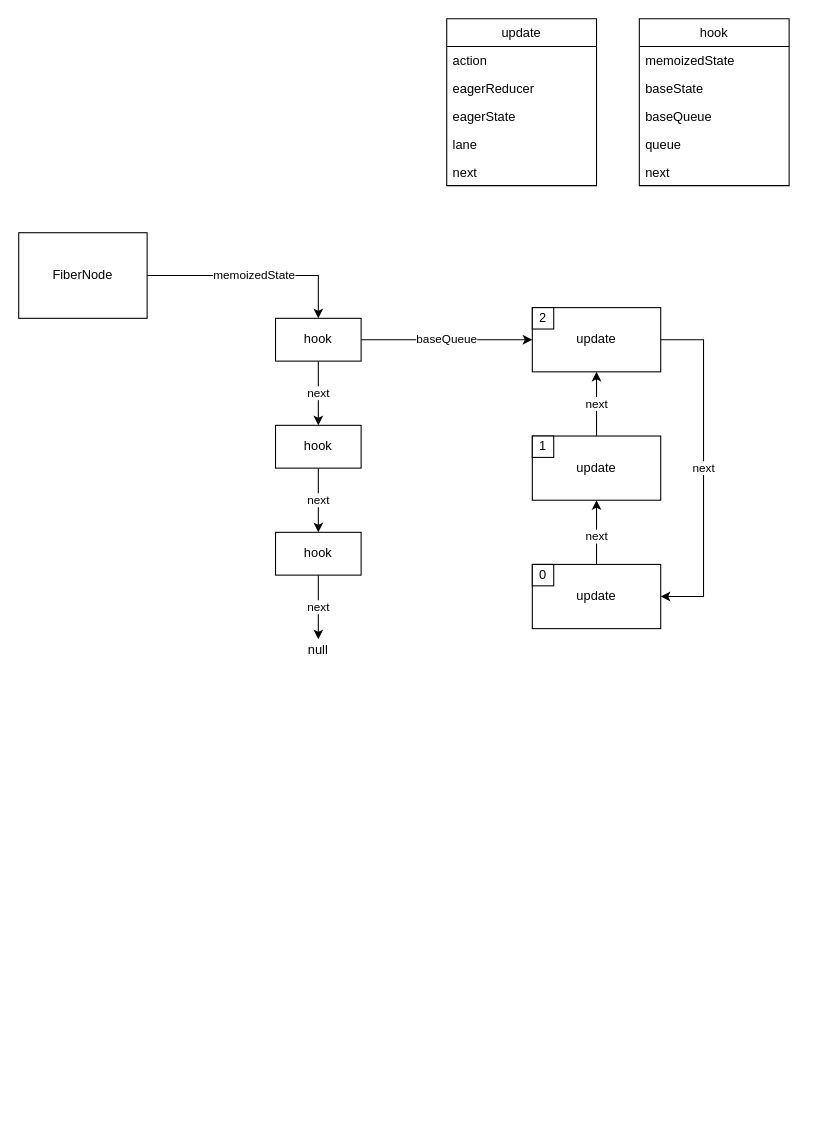
This is react_hooks.drawio from jiubao/note, a draw.io file, before an edit. Source tidied: cells renumbered, new cells numbered last; positions are measured from the earlier drawing's top-left corner, leaving out a move shared by most shapes. Both pictures are drawn from the tidied source at 107%, with x=0, y=0 at pixel (18, 18).
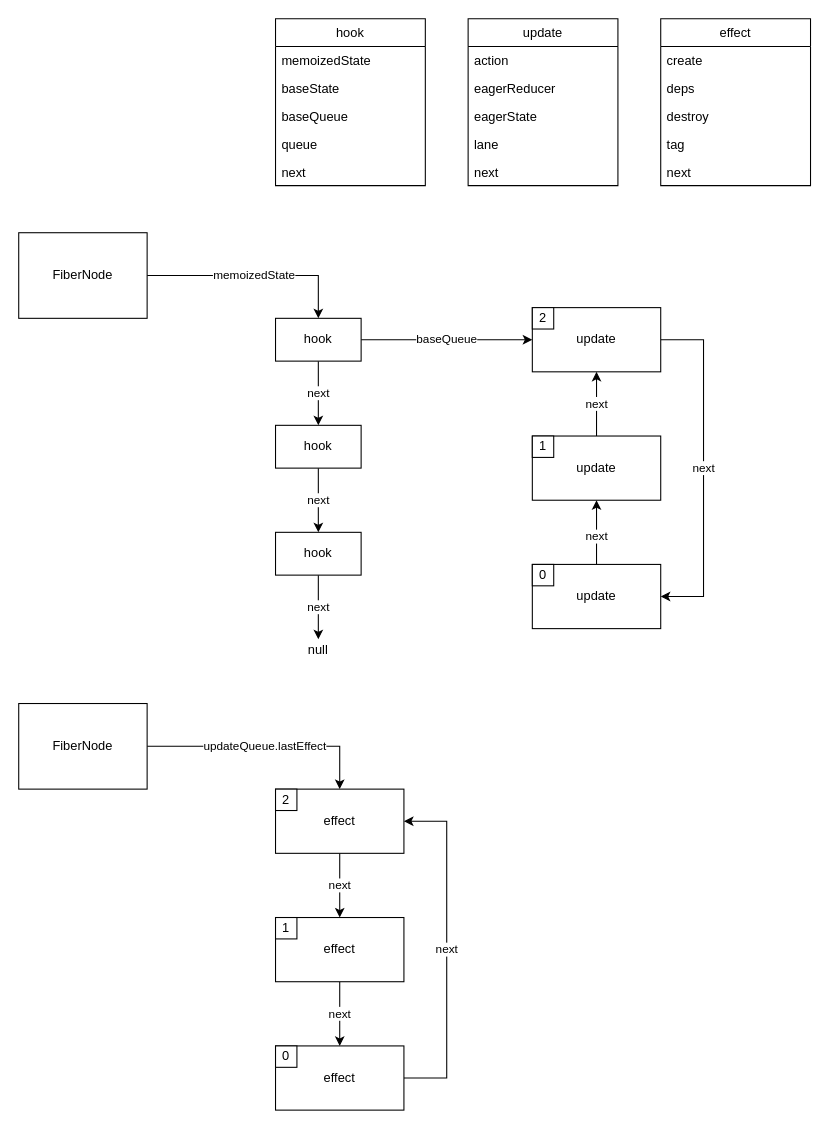
The same diagram, later.

The edit, as a diff of the source:
```diff
@@
     <mxCell id="22" value="update" style="swimlane;fontStyle=0;horizontal=1;startSize=26;fontColor=#000000;strokeColor=#000000;align=center;verticalAlign=middle;" parent="1" vertex="1">
-      <mxGeometry x="400" width="140" height="156" as="geometry" />
+      <mxGeometry x="420" width="140" height="156" as="geometry" />
     </mxCell>
@@
     <mxCell id="28" value="hook" style="swimlane;fontStyle=0;horizontal=1;startSize=26;fontColor=#000000;strokeColor=#000000;align=center;verticalAlign=middle;" parent="1" vertex="1">
-      <mxGeometry x="580" width="140" height="156" as="geometry" />
+      <mxGeometry x="240" width="140" height="156" as="geometry" />
     </mxCell>
@@
+    <mxCell id="34" value="updateQueue.lastEffect" style="edgeStyle=orthogonalEdgeStyle;rounded=0;jettySize=auto;html=1;entryX=0.5;entryY=0;entryDx=0;entryDy=0;" parent="1" edge="1" source="35" target="37">
+      <mxGeometry relative="1" as="geometry" />
+    </mxCell>
+    <mxCell id="35" value="FiberNode" style="rounded=0;whiteSpace=wrap;html=1;verticalAlign=middle;align=center;" parent="1" vertex="1">
+      <mxGeometry y="640" width="120" height="80" as="geometry" />
+    </mxCell>
+    <mxCell id="36" value="next" style="edgeStyle=orthogonalEdgeStyle;rounded=0;jettySize=auto;html=1;entryX=0.5;entryY=0;entryDx=0;entryDy=0;" parent="1" edge="1" source="37" target="40">
+      <mxGeometry relative="1" as="geometry" />
+    </mxCell>
+    <mxCell id="37" value="effect" style="rounded=0;whiteSpace=wrap;html=1;fontColor=#000000;strokeColor=#000000;align=center;verticalAlign=middle;" parent="1" vertex="1">
+      <mxGeometry x="240" y="720" width="120" height="60" as="geometry" />
+    </mxCell>
+    <mxCell id="38" value="2" style="whiteSpace=wrap;html=1;fontColor=#000000;strokeColor=#000000;align=center;verticalAlign=middle;" parent="1" vertex="1">
+      <mxGeometry x="240" y="720" width="20" height="20" as="geometry" />
+    </mxCell>
+    <mxCell id="39" value="next" style="edgeStyle=orthogonalEdgeStyle;rounded=0;jettySize=auto;html=1;" parent="1" edge="1" source="40" target="43">
+      <mxGeometry relative="1" as="geometry" />
+    </mxCell>
+    <mxCell id="40" value="effect" style="rounded=0;whiteSpace=wrap;html=1;fontColor=#000000;strokeColor=#000000;align=center;verticalAlign=middle;" parent="1" vertex="1">
+      <mxGeometry x="240" y="840" width="120" height="60" as="geometry" />
+    </mxCell>
+    <mxCell id="41" value="1" style="whiteSpace=wrap;html=1;fontColor=#000000;strokeColor=#000000;align=center;verticalAlign=middle;" parent="1" vertex="1">
+      <mxGeometry x="240" y="840" width="20" height="20" as="geometry" />
+    </mxCell>
+    <mxCell id="42" value="next" style="edgeStyle=orthogonalEdgeStyle;rounded=0;jettySize=auto;html=1;entryX=1;entryY=0.5;entryDx=0;entryDy=0;" parent="1" edge="1" source="43" target="37">
+      <mxGeometry relative="1" as="geometry">
+        <Array as="points">
+          <mxPoint x="400" y="990" />
+          <mxPoint x="400" y="750" />
+        </Array>
+      </mxGeometry>
+    </mxCell>
+    <mxCell id="43" value="effect" style="rounded=0;whiteSpace=wrap;html=1;fontColor=#000000;strokeColor=#000000;align=center;verticalAlign=middle;" parent="1" vertex="1">
+      <mxGeometry x="240" y="960" width="120" height="60" as="geometry" />
+    </mxCell>
+    <mxCell id="44" value="0" style="whiteSpace=wrap;html=1;fontColor=#000000;strokeColor=#000000;align=center;verticalAlign=middle;" parent="1" vertex="1">
+      <mxGeometry x="240" y="960" width="20" height="20" as="geometry" />
+    </mxCell>
+    <mxCell id="45" value="effect" style="swimlane;fontStyle=0;horizontal=1;startSize=26;fontColor=#000000;strokeColor=#000000;align=center;verticalAlign=middle;" parent="1" vertex="1">
+      <mxGeometry x="600" width="140" height="156" as="geometry" />
+    </mxCell>
+    <mxCell id="46" value="create" style="text;strokeColor=none;fillColor=none;align=left;verticalAlign=top;spacingLeft=4;spacingRight=4;overflow=hidden;" parent="45" vertex="1">
+      <mxGeometry y="26" width="140" height="26" as="geometry" />
+    </mxCell>
+    <mxCell id="47" value="deps" style="text;strokeColor=none;fillColor=none;align=left;verticalAlign=top;spacingLeft=4;spacingRight=4;overflow=hidden;" parent="45" vertex="1">
+      <mxGeometry y="52" width="140" height="26" as="geometry" />
+    </mxCell>
+    <mxCell id="48" value="destroy" style="text;strokeColor=none;fillColor=none;align=left;verticalAlign=top;spacingLeft=4;spacingRight=4;overflow=hidden;" parent="45" vertex="1">
+      <mxGeometry y="78" width="140" height="26" as="geometry" />
+    </mxCell>
+    <mxCell id="49" value="tag" style="text;strokeColor=none;fillColor=none;align=left;verticalAlign=top;spacingLeft=4;spacingRight=4;overflow=hidden;" parent="45" vertex="1">
+      <mxGeometry y="104" width="140" height="26" as="geometry" />
+    </mxCell>
+    <mxCell id="50" value="next" style="text;strokeColor=none;fillColor=none;align=left;verticalAlign=top;spacingLeft=4;spacingRight=4;overflow=hidden;" parent="45" vertex="1">
+      <mxGeometry y="130" width="140" height="26" as="geometry" />
+    </mxCell>
```
